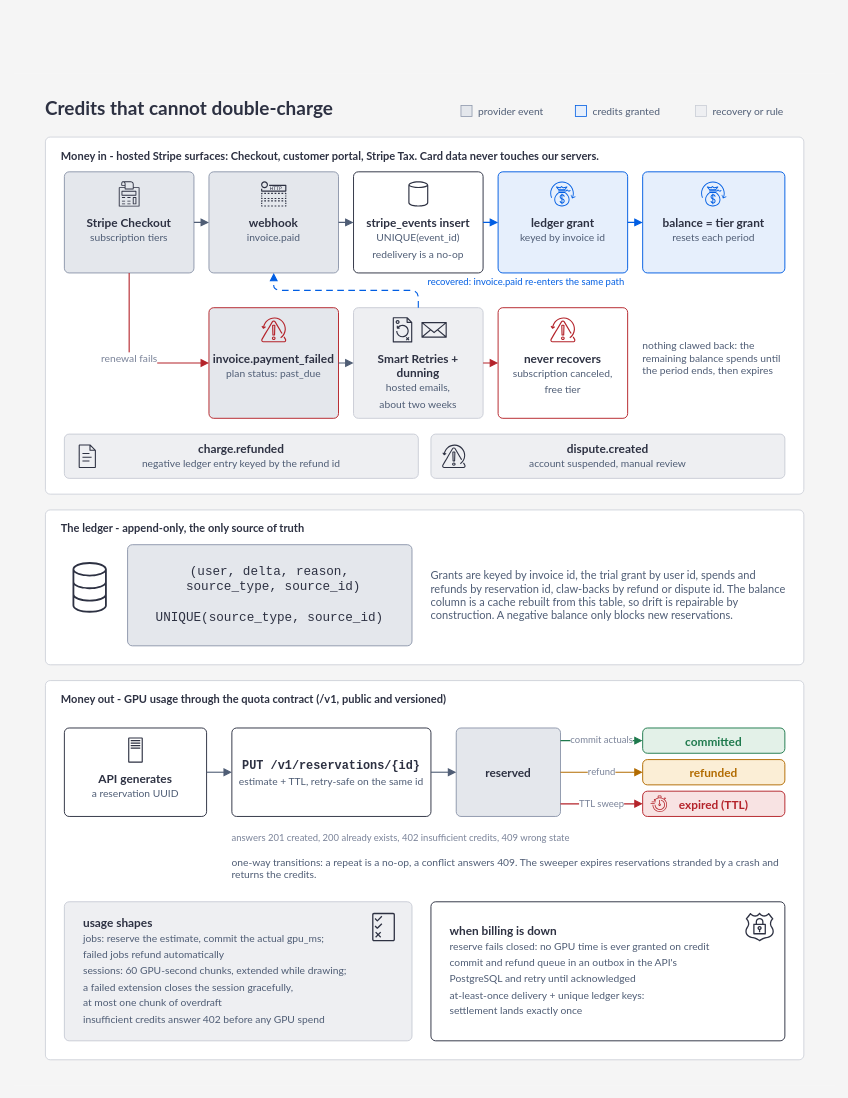
Portocolom-Studio/potocolom keeps this draw.io diagram as docs/figures/whitepaper/credit-lifecycle.drawio. Above is the earlier version. Source tidied: cells renumbered, new cells numbered last; positions are measured from the earlier drawing's top-left corner, leaving out a move shared by most shapes. Both pictures are drawn from the tidied source at 79%, with x=0, y=0 at pixel (13, 73).
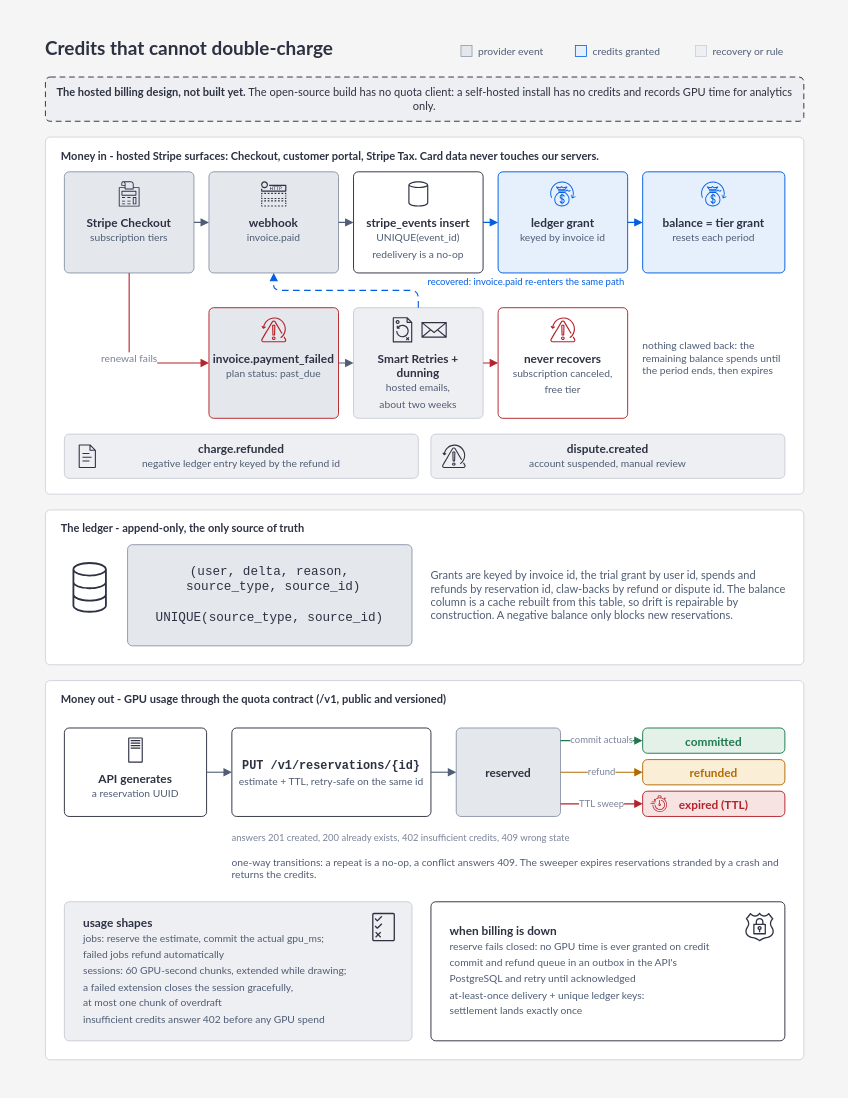
After the change.

What changed in the source:
```diff
@@
     <mxCell id="2" style="rounded=0;absoluteArcSize=1;arcSize=12;whiteSpace=wrap;html=1;fillColor=#f5f5f5;strokeColor=none;strokeWidth=1.2;fontFamily=Lato;fontSize=16;fontColor=#2d3142;fontStyle=1;align=center;verticalAlign=middle;spacing=10;selectable=0;" parent="1" vertex="1">
-      <mxGeometry width="1040" height="1280" as="geometry" />
+      <mxGeometry y="-76" width="1040" height="1356" as="geometry" />
     </mxCell>
     <mxCell id="3" value="Credits that cannot double-charge" style="text;html=1;whiteSpace=wrap;fontFamily=Lato;fontSize=24;fontColor=#2d3142;fontStyle=1;align=left;verticalAlign=middle;spacing=0;" parent="1" vertex="1">
-      <mxGeometry x="40" y="28" width="960" height="32" as="geometry" />
+      <mxGeometry x="40" y="-48" width="960" height="32" as="geometry" />
     </mxCell>
     <mxCell id="4" style="rounded=0;absoluteArcSize=1;arcSize=12;whiteSpace=wrap;html=1;fillColor=#eeeff2;strokeColor=#c9cdd6;strokeWidth=1;fontFamily=Lato;fontSize=16;fontColor=#2d3142;fontStyle=1;align=center;verticalAlign=middle;spacing=10;" parent="1" vertex="1">
-      <mxGeometry x="862.8" y="40" width="14" height="14" as="geometry" />
+      <mxGeometry x="862.8" y="-36" width="14" height="14" as="geometry" />
     </mxCell>
     <mxCell id="5" value="recovery or rule" style="text;html=1;whiteSpace=wrap;fontFamily=Lato;fontSize=13;fontColor=#4f5d75;fontStyle=0;align=left;verticalAlign=middle;spacing=0;" parent="1" vertex="1">
-      <mxGeometry x="884.8" y="37" width="115.2" height="20" as="geometry" />
+      <mxGeometry x="884.8" y="-39" width="115.2" height="20" as="geometry" />
     </mxCell>
     <mxCell id="6" style="rounded=0;absoluteArcSize=1;arcSize=12;whiteSpace=wrap;html=1;fillColor=#e6effc;strokeColor=#005ee3;strokeWidth=1;fontFamily=Lato;fontSize=16;fontColor=#2d3142;fontStyle=1;align=center;verticalAlign=middle;spacing=10;" parent="1" vertex="1">
-      <mxGeometry x="710.8" y="40" width="14" height="14" as="geometry" />
+      <mxGeometry x="710.8" y="-36" width="14" height="14" as="geometry" />
     </mxCell>
     <mxCell id="7" value="credits granted" style="text;html=1;whiteSpace=wrap;fontFamily=Lato;fontSize=13;fontColor=#4f5d75;fontStyle=0;align=left;verticalAlign=middle;spacing=0;" parent="1" vertex="1">
-      <mxGeometry x="732.8" y="37" width="108" height="20" as="geometry" />
+      <mxGeometry x="732.8" y="-39" width="108" height="20" as="geometry" />
     </mxCell>
     <mxCell id="8" style="rounded=0;absoluteArcSize=1;arcSize=12;whiteSpace=wrap;html=1;fillColor=#e4e7ec;strokeColor=#8e98ac;strokeWidth=1;fontFamily=Lato;fontSize=16;fontColor=#2d3142;fontStyle=1;align=center;verticalAlign=middle;spacing=10;" parent="1" vertex="1">
-      <mxGeometry x="566" y="40" width="14" height="14" as="geometry" />
+      <mxGeometry x="566" y="-36" width="14" height="14" as="geometry" />
     </mxCell>
     <mxCell id="9" value="provider event" style="text;html=1;whiteSpace=wrap;fontFamily=Lato;fontSize=13;fontColor=#4f5d75;fontStyle=0;align=left;verticalAlign=middle;spacing=0;" parent="1" vertex="1">
-      <mxGeometry x="588" y="37" width="100.8" height="20" as="geometry" />
+      <mxGeometry x="588" y="-39" width="100.8" height="20" as="geometry" />
     </mxCell>
@@
+    <mxCell id="69" value="&lt;b&gt;The hosted billing design, not built yet.&lt;/b&gt; The open-source build has no quota client: a self-hosted install has no credits and records GPU time for analytics only." style="rounded=1;absoluteArcSize=1;arcSize=12;whiteSpace=wrap;html=1;fillColor=#eeeff2;strokeColor=#2d3142;strokeWidth=1.2;fontFamily=Lato;fontSize=14;fontColor=#2d3142;fontStyle=0;align=center;verticalAlign=middle;spacing=10;dashed=1;dashPattern=6 4;" parent="1" vertex="1">
+      <mxGeometry x="40" y="4" width="960" height="56" as="geometry" />
+    </mxCell>
```
